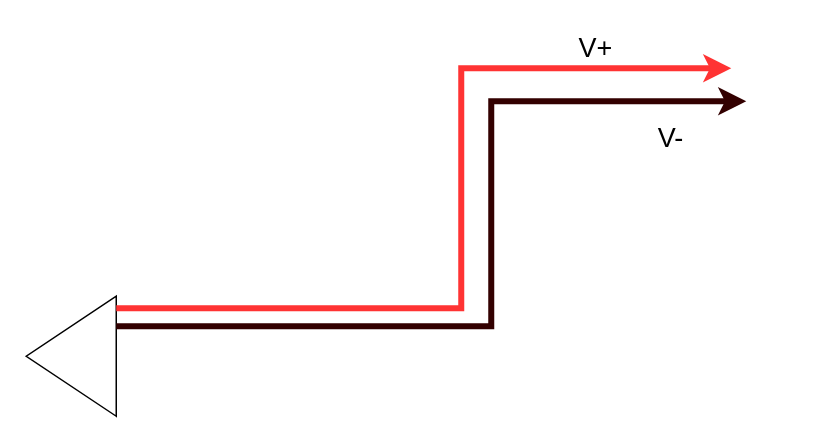
Earlier version of the draw.io diagram res/Diagram.drawio (mi3nts/mintsInsight). Source tidied: cells renumbered, new cells numbered last; positions are measured from the earlier drawing's top-left corner, leaving out a move shared by most shapes. Both pictures are drawn from the tidied source at 150%, with x=0, y=0 at pixel (26, 26).
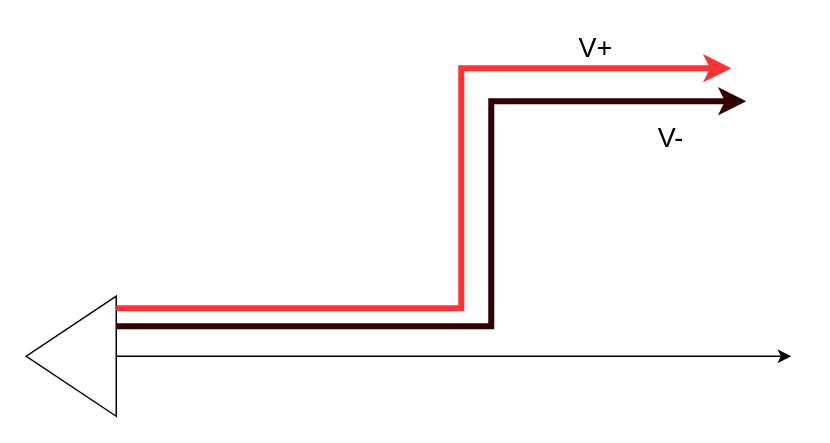
The same diagram, later.

What changed in the source:
```diff
@@
 <mxGraphModel>
   <root>
     <mxCell id="0" />
     <mxCell id="1" parent="0" />
     <mxCell id="2" style="triangle;whiteSpace=wrap;html=1;rotation=-180;" parent="1" vertex="1">
       <mxGeometry y="180" width="60" height="80" as="geometry" />
     </mxCell>
     <mxCell id="3" style="endArrow=classic;html=1;rounded=0;exitX=0;exitY=0.75;exitDx=0;exitDy=0;strokeColor=#FF3333;strokeWidth=4;" parent="1" edge="1">
       <mxGeometry relative="1" as="geometry">
         <mxPoint x="60" y="188" as="sourcePoint" />
         <mxPoint x="470" y="28" as="targetPoint" />
         <Array as="points">
           <mxPoint x="290" y="188" />
           <mxPoint x="290" y="28" />
         </Array>
       </mxGeometry>
     </mxCell>
     <mxCell id="4" value="&lt;font style=&quot;font-size: 18px;&quot;&gt;V+&lt;/font&gt;" style="text;html=1;align=center;verticalAlign=middle;whiteSpace=wrap;rounded=0;" parent="1" vertex="1">
       <mxGeometry x="350" width="60" height="30" as="geometry" />
     </mxCell>
     <mxCell id="5" style="endArrow=classic;html=1;rounded=0;exitX=0;exitY=0.75;exitDx=0;exitDy=0;strokeColor=#330000;strokeWidth=4;" parent="1" edge="1" source="2">
       <mxGeometry relative="1" as="geometry">
         <mxPoint x="480" y="50" as="targetPoint" />
         <Array as="points">
           <mxPoint x="310" y="200" />
           <mxPoint x="310" y="50" />
         </Array>
       </mxGeometry>
     </mxCell>
     <mxCell id="6" value="&lt;font style=&quot;font-size: 18px;&quot;&gt;V-&lt;/font&gt;" style="text;html=1;align=center;verticalAlign=middle;whiteSpace=wrap;rounded=0;" parent="1" vertex="1">
       <mxGeometry x="400" y="60" width="60" height="30" as="geometry" />
     </mxCell>
+    <mxCell id="7" style="endArrow=classic;html=1;rounded=0;exitX=0;exitY=0.5;exitDx=0;exitDy=0;" parent="1" edge="1" source="2">
+      <mxGeometry relative="1" as="geometry">
+        <mxPoint x="510" y="220" as="targetPoint" />
+        <Array as="points">
+          <mxPoint x="310" y="220" />
+        </Array>
+      </mxGeometry>
+    </mxCell>
   </root>
 </mxGraphModel>
```
